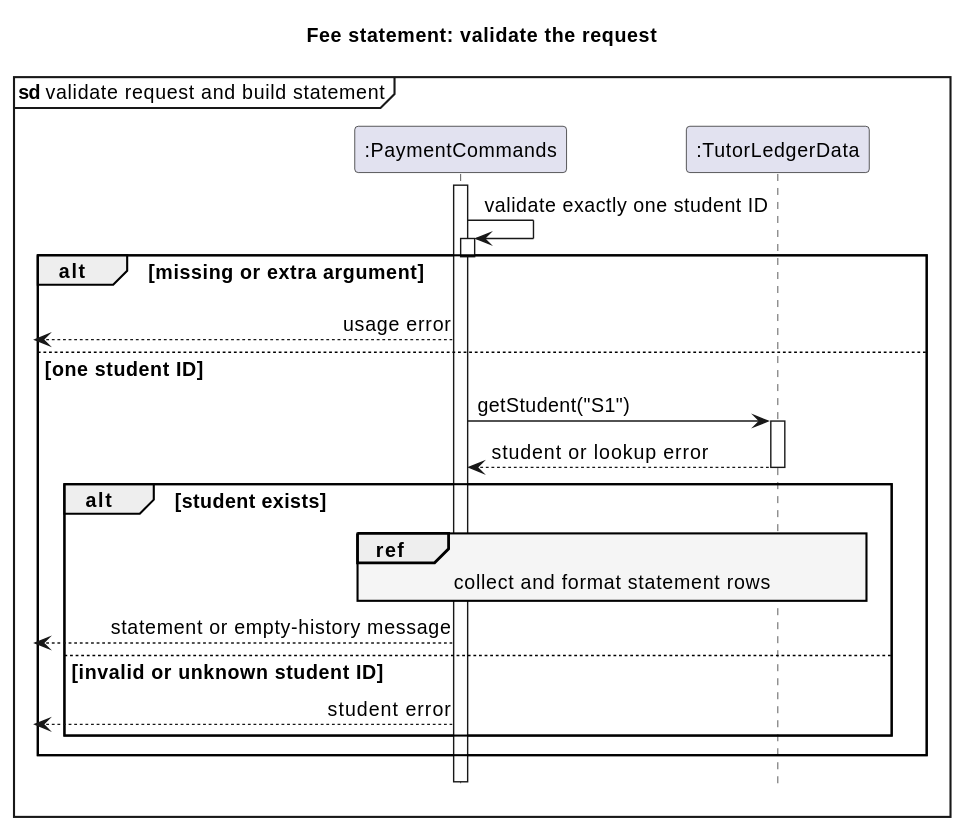
Above: docs/diagrams/fee-statement-request-sequence.svg in AY2627S1-CS2113-W12-2/tp (PlantUML), before the change. Its source is kept beside it as docs/diagrams/fee-statement-request-sequence.puml. Source of this version:
```plantuml
@startuml
skinparam backgroundColor white
skinparam defaultFontSize 14
skinparam shadowing false
skinparam sequenceReferenceBackgroundColor #F5F5F5
hide footbox
title Fee statement: validate the request
mainframe **sd** validate request and build statement

participant ":PaymentCommands" as Commands
participant ":TutorLedgerData" as Data

activate Commands
Commands -> Commands : validate exactly one student ID
activate Commands
deactivate Commands

alt missing or extra argument
  Commands -->[ : usage error
else one student ID
  Commands -> Data : getStudent("S1")
  activate Data
  Data --> Commands : student or lookup error
  deactivate Data
  alt student exists
    ref over Commands, Data : collect and format statement rows
    Commands -->[ : statement or empty-history message
  else invalid or unknown student ID
    Commands -->[ : student error
  end
end
deactivate Commands
@enduml
```
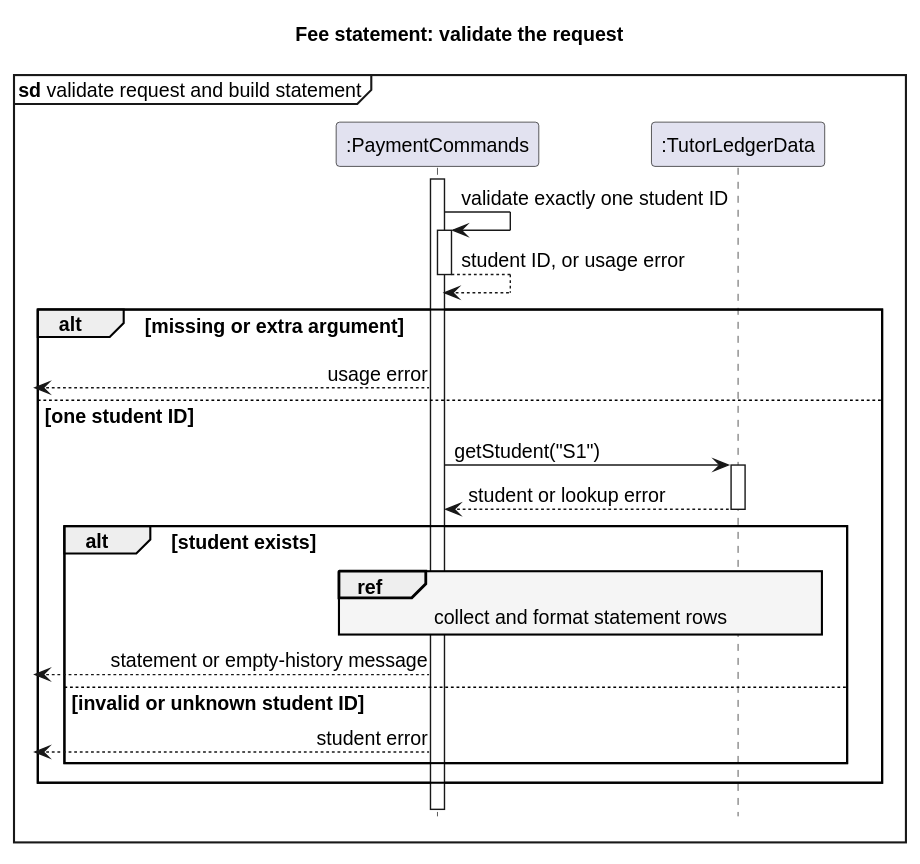
Later version of the same file.

The edit, as a diff of the source:
```diff
@@ -13,6 +13,7 @@
 activate Commands
 Commands -> Commands : validate exactly one student ID
 activate Commands
+Commands --> Commands : student ID, or usage error
 deactivate Commands
 
 alt missing or extra argument
```
